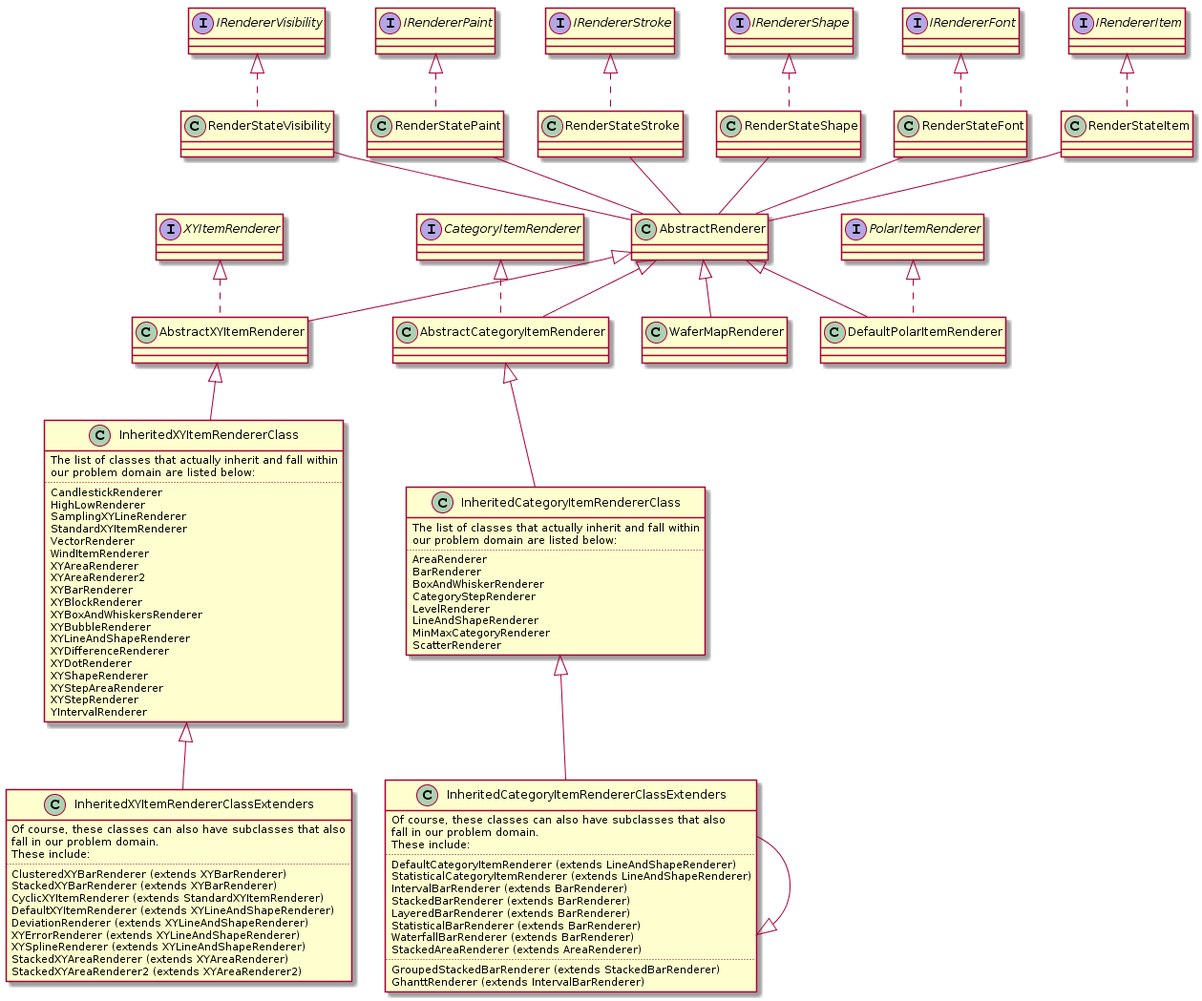
Before: report/pictures/class-diagram-ours.png, a diagram exported from PlantUML (RandyParedis/jfreechart).
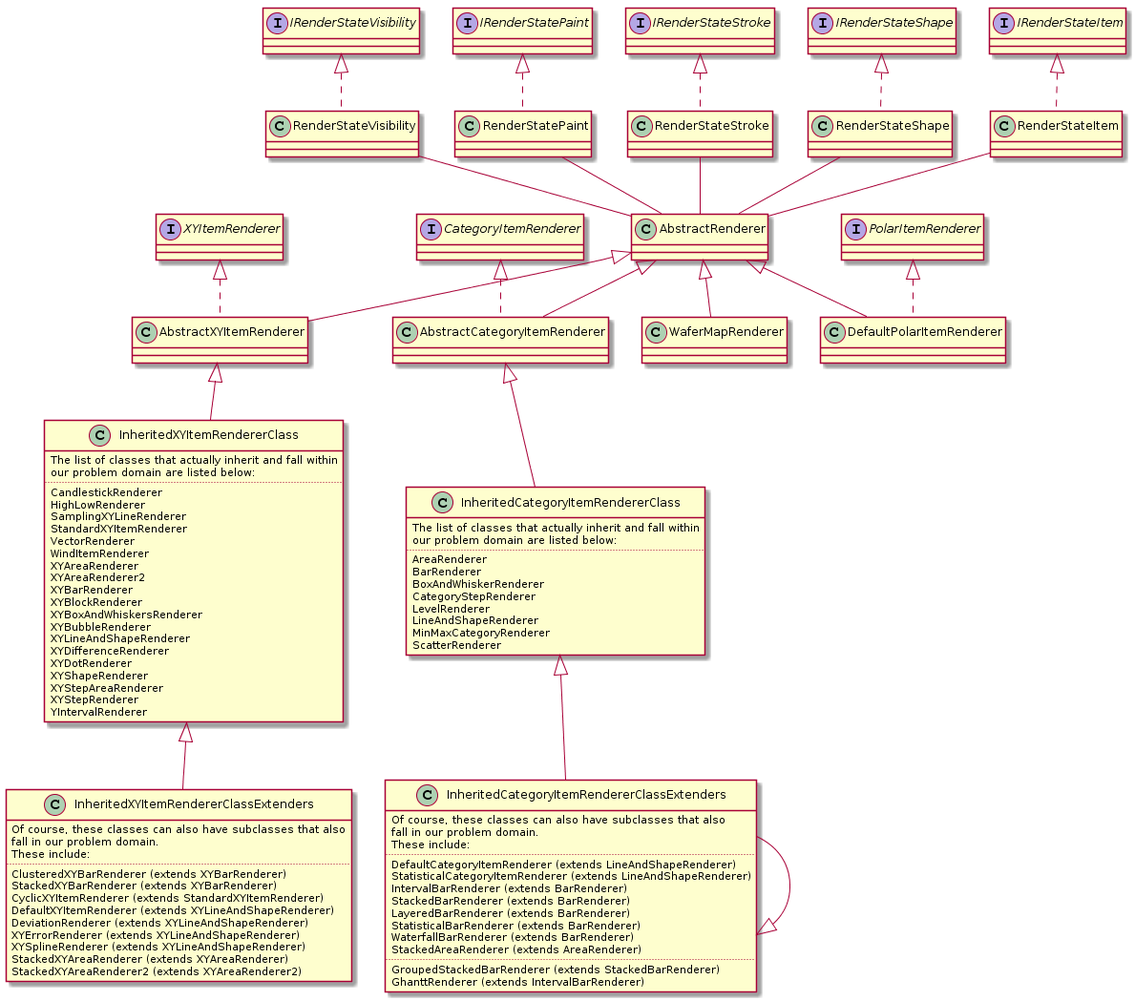
Later version of the same file.

The edit, as a diff of the source:
```diff
@@ -10,28 +10,24 @@
 AbstractRenderer <|-- WaferMapRenderer
 
 
-interface IRendererVisibility
-IRendererVisibility <|.. RenderStateVisibility
+interface IRenderStateVisibility
+IRenderStateVisibility <|.. RenderStateVisibility
 RenderStateVisibility -- AbstractRenderer
 
-interface IRendererPaint
-IRendererPaint <|.. RenderStatePaint
+interface IRenderStatePaint
+IRenderStatePaint <|.. RenderStatePaint
 RenderStatePaint -- AbstractRenderer
 
-interface IRendererStroke
-IRendererStroke <|.. RenderStateStroke
+interface IRenderStateStroke
+IRenderStateStroke <|.. RenderStateStroke
 RenderStateStroke -- AbstractRenderer
 
-interface IRendererShape
-IRendererShape <|.. RenderStateShape
+interface IRenderStateShape
+IRenderStateShape <|.. RenderStateShape
 RenderStateShape -- AbstractRenderer
 
-interface IRendererFont
-IRendererFont <|.. RenderStateFont
-RenderStateFont -- AbstractRenderer
-
-interface IRendererItem
-IRendererItem <|.. RenderStateItem
+interface IRenderStateItem
+IRenderStateItem <|.. RenderStateItem
 RenderStateItem -- AbstractRenderer
 
 
```
